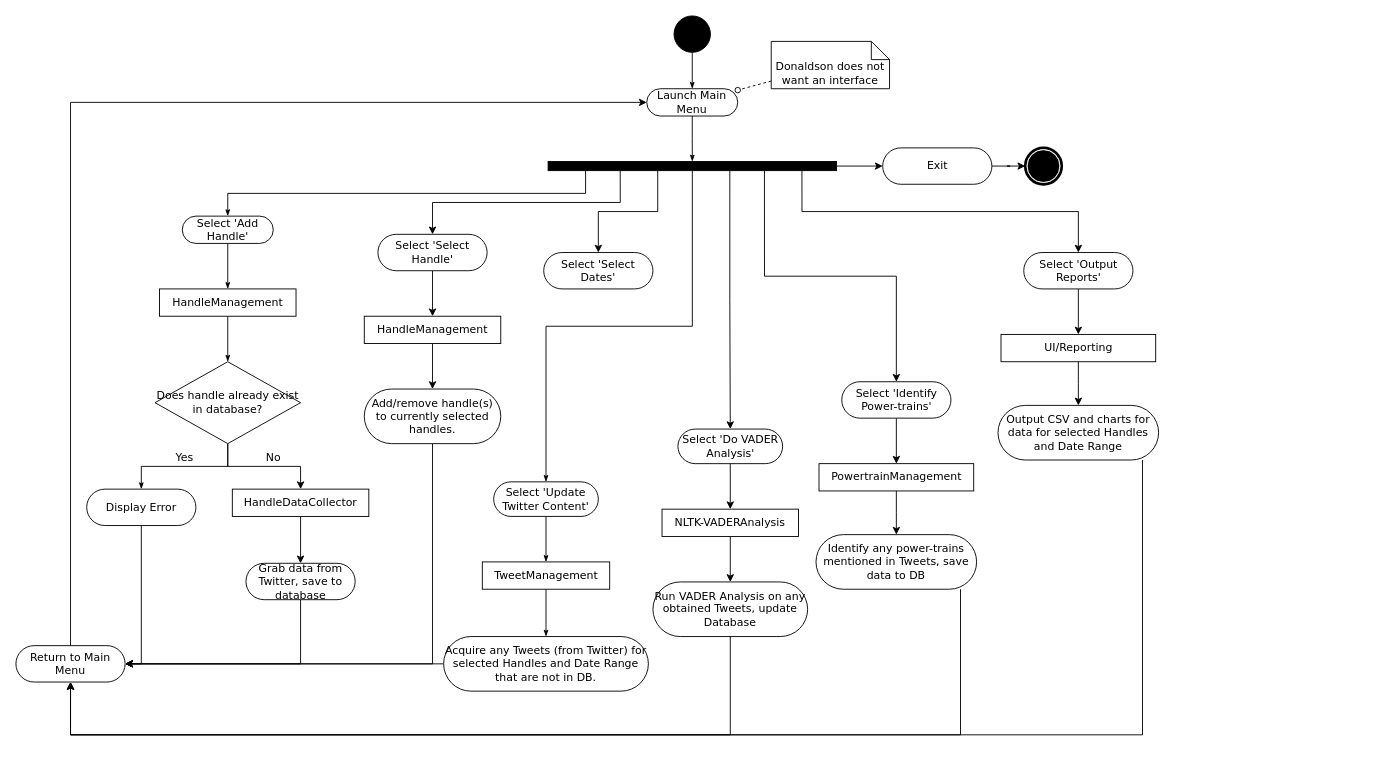
Before: uml/dynamic.drawio in agarcia169/4306-Donaldson-Project, a draw.io diagram. Source tidied: cells renumbered, new cells numbered last; positions are measured from the earlier drawing's top-left corner, leaving out a move shared by most shapes. Both pictures are drawn from the tidied source at 91%, with x=0, y=0 at pixel (15, 15).
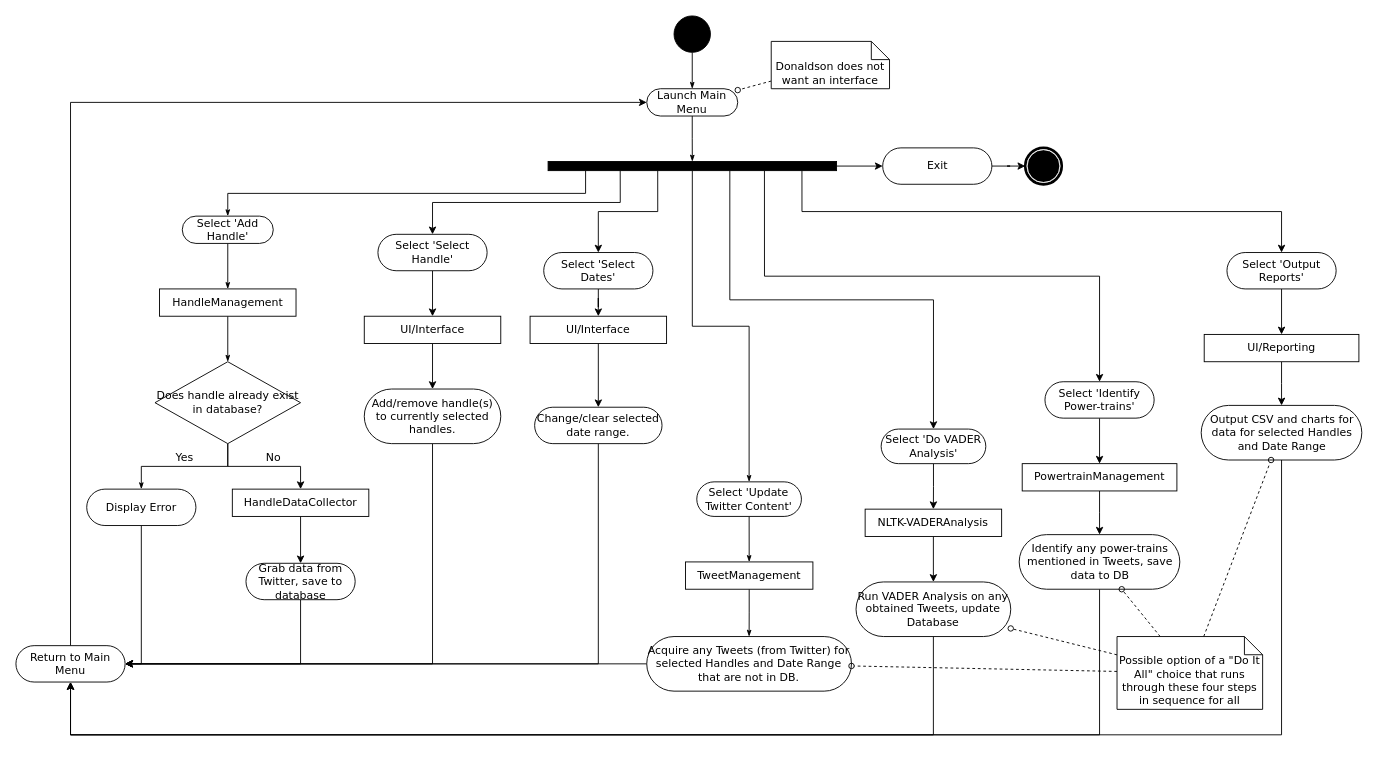
Above is the later version.

The change refers to these unchanged cells:
```xml
<mxCell id="44" value="Return to Main Menu" style="rounded=1;whiteSpace=wrap;html=1;shadow=0;comic=0;labelBackgroundColor=none;strokeWidth=1;fontFamily=Verdana;fontSize=12;align=center;arcSize=50;" parent="1" vertex="1">
  <mxGeometry y="692" width="120" height="40" as="geometry" />
</mxCell>
<mxCell id="45" value="Select 'Select Dates'" style="rounded=1;whiteSpace=wrap;html=1;shadow=0;comic=0;labelBackgroundColor=none;strokeWidth=1;fontFamily=Verdana;fontSize=12;align=center;arcSize=50;" parent="1" vertex="1">
  <mxGeometry x="580" y="260" width="120" height="40" as="geometry" />
</mxCell>
```

The edit, as a diff of the source:
```diff
@@
     <mxCell id="12" value="Select 'Update Twitter Content'" style="rounded=1;whiteSpace=wrap;html=1;shadow=0;comic=0;labelBackgroundColor=none;strokeWidth=1;fontFamily=Verdana;fontSize=12;align=center;arcSize=50;" parent="1" vertex="1">
-      <mxGeometry x="525" y="512" width="115" height="38" as="geometry" />
+      <mxGeometry x="748.2" y="512" width="115" height="38" as="geometry" />
     </mxCell>
@@
     <mxCell id="14" value="Acquire any Tweets (from Twitter) for selected Handles and Date Range that are not in DB." style="rounded=1;whiteSpace=wrap;html=1;shadow=0;comic=0;labelBackgroundColor=none;strokeWidth=1;fontFamily=Verdana;fontSize=12;align=center;arcSize=50;" parent="1" vertex="1">
-      <mxGeometry x="470" y="682" width="225" height="60" as="geometry" />
+      <mxGeometry x="693.2" y="682" width="225" height="60" as="geometry" />
     </mxCell>
@@
     <mxCell id="16" value="TweetManagement" style="rounded=0;whiteSpace=wrap;html=1;shadow=0;comic=0;labelBackgroundColor=none;strokeWidth=1;fontFamily=Verdana;fontSize=12;align=center;arcSize=50;" parent="1" vertex="1">
-      <mxGeometry x="512.5" y="600" width="140" height="30" as="geometry" />
+      <mxGeometry x="735.8" y="600" width="140" height="30" as="geometry" />
     </mxCell>
@@
-    <mxCell id="40" value="&lt;div&gt;HandleManagement&lt;/div&gt;" style="rounded=0;whiteSpace=wrap;html=1;shadow=0;comic=0;labelBackgroundColor=none;strokeWidth=1;fontFamily=Verdana;fontSize=12;align=center;arcSize=50;" parent="1" vertex="1">
+    <mxCell id="40" value="UI/Interface" style="rounded=0;whiteSpace=wrap;html=1;shadow=0;comic=0;labelBackgroundColor=none;strokeWidth=1;fontFamily=Verdana;fontSize=12;align=center;arcSize=50;" parent="1" vertex="1">
       <mxGeometry x="382.8" y="330" width="150" height="30" as="geometry" />
     </mxCell>
@@
+    <mxCell id="66" style="edgeStyle=orthogonalEdgeStyle;rounded=0;jettySize=auto;html=1;fontFamily=Verdana;fontSize=12;endArrow=classic;endFill=1;" parent="1" edge="1" source="45" target="70">
+      <mxGeometry relative="1" as="geometry" />
+    </mxCell>
@@
     <mxCell id="47" value="Run VADER Analysis on any obtained Tweets, update Database" style="rounded=1;whiteSpace=wrap;html=1;shadow=0;comic=0;labelBackgroundColor=none;strokeWidth=1;fontFamily=Verdana;fontSize=12;align=center;arcSize=50;" parent="1" vertex="1">
-      <mxGeometry x="700" y="622" width="170" height="60" as="geometry" />
+      <mxGeometry x="923.2" y="622" width="170" height="60" as="geometry" />
     </mxCell>
     <mxCell id="48" style="edgeStyle=orthogonalEdgeStyle;rounded=0;jettySize=auto;html=1;fontFamily=Verdana;fontSize=12;endArrow=classic;endFill=1;" parent="1" edge="1" source="49" target="44">
       <mxGeometry relative="1" as="geometry">
         <Array as="points">
-          <mxPoint x="1038" y="790" />
+          <mxPoint x="1191" y="790" />
           <mxPoint x="60" y="790" />
         </Array>
       </mxGeometry>
     </mxCell>
     <mxCell id="49" value="Identify any power-trains mentioned in Tweets, save data to DB" style="rounded=1;whiteSpace=wrap;html=1;shadow=0;comic=0;labelBackgroundColor=none;strokeWidth=1;fontFamily=Verdana;fontSize=12;align=center;arcSize=50;" parent="1" vertex="1">
-      <mxGeometry x="879.2" y="570" width="176.5" height="60" as="geometry" />
+      <mxGeometry x="1102.5" y="570" width="176.5" height="60" as="geometry" />
     </mxCell>
@@
     <mxCell id="51" value="&lt;div&gt;NLTK-VADERAnalysis&lt;/div&gt;" style="rounded=0;whiteSpace=wrap;html=1;shadow=0;comic=0;labelBackgroundColor=none;strokeWidth=1;fontFamily=Verdana;fontSize=12;align=center;arcSize=50;" parent="1" vertex="1">
-      <mxGeometry x="710" y="542" width="150" height="30" as="geometry" />
+      <mxGeometry x="933.2" y="542" width="150" height="30" as="geometry" />
     </mxCell>
@@
     <mxCell id="53" value="PowertrainManagement" style="rounded=0;whiteSpace=wrap;html=1;shadow=0;comic=0;labelBackgroundColor=none;strokeWidth=1;fontFamily=Verdana;fontSize=12;align=center;arcSize=50;" parent="1" vertex="1">
-      <mxGeometry x="882.5" y="492" width="170" height="30" as="geometry" />
+      <mxGeometry x="1105.8" y="492" width="170" height="30" as="geometry" />
     </mxCell>
@@
     <mxCell id="55" value="Select 'Do VADER Analysis'" style="rounded=1;whiteSpace=wrap;html=1;shadow=0;comic=0;labelBackgroundColor=none;strokeWidth=1;fontFamily=Verdana;fontSize=12;align=center;arcSize=50;" parent="1" vertex="1">
-      <mxGeometry x="727.5" y="454" width="115" height="38" as="geometry" />
+      <mxGeometry x="950.8" y="454" width="115" height="38" as="geometry" />
     </mxCell>
@@
     <mxCell id="57" value="Select 'Identify Power-trains'" style="rounded=1;whiteSpace=wrap;html=1;shadow=0;comic=0;labelBackgroundColor=none;strokeWidth=1;fontFamily=Verdana;fontSize=12;align=center;arcSize=50;fillColor=default;" parent="1" vertex="1">
-      <mxGeometry x="907.5" y="402" width="120" height="40" as="geometry" />
+      <mxGeometry x="1130.8" y="402" width="120" height="40" as="geometry" />
     </mxCell>
     <mxCell id="58" style="edgeStyle=orthogonalEdgeStyle;rounded=0;jettySize=auto;html=1;fontFamily=Verdana;fontSize=12;endArrow=classic;endFill=1;" parent="1" edge="1" source="59" target="44">
       <mxGeometry relative="1" as="geometry">
         <Array as="points">
-          <mxPoint x="1238" y="790" />
+          <mxPoint x="1391" y="790" />
           <mxPoint x="60" y="790" />
         </Array>
       </mxGeometry>
     </mxCell>
     <mxCell id="59" value="Output CSV and charts for data for selected Handles and Date Range" style="rounded=1;whiteSpace=wrap;html=1;shadow=0;comic=0;labelBackgroundColor=none;strokeWidth=1;fontFamily=Verdana;fontSize=12;align=center;arcSize=50;" parent="1" vertex="1">
-      <mxGeometry x="1079.2" y="428" width="176.5" height="60" as="geometry" />
+      <mxGeometry x="1302.5" y="428" width="176.5" height="60" as="geometry" />
     </mxCell>
@@
     <mxCell id="61" value="UI/Reporting" style="rounded=0;whiteSpace=wrap;html=1;shadow=0;comic=0;labelBackgroundColor=none;strokeWidth=1;fontFamily=Verdana;fontSize=12;align=center;arcSize=50;" parent="1" vertex="1">
-      <mxGeometry x="1082.5" y="350" width="170" height="30" as="geometry" />
+      <mxGeometry x="1305.8" y="350" width="170" height="30" as="geometry" />
     </mxCell>
@@
     <mxCell id="63" value="Select 'Output Reports'" style="rounded=1;whiteSpace=wrap;html=1;shadow=0;comic=0;labelBackgroundColor=none;strokeWidth=1;fontFamily=Verdana;fontSize=12;align=center;arcSize=50;fillColor=default;" parent="1" vertex="1">
-      <mxGeometry x="1107.5" y="260" width="120" height="40" as="geometry" />
+      <mxGeometry x="1330.8" y="260" width="120" height="40" as="geometry" />
     </mxCell>
@@
+    <mxCell id="67" style="edgeStyle=orthogonalEdgeStyle;rounded=0;jettySize=auto;html=1;fontFamily=Verdana;fontSize=12;endArrow=classic;endFill=1;" parent="1" edge="1" source="68" target="44">
+      <mxGeometry relative="1" as="geometry">
+        <Array as="points">
+          <mxPoint x="640" y="712" />
+        </Array>
+      </mxGeometry>
+    </mxCell>
+    <mxCell id="68" value="Change/clear selected date range." style="rounded=1;whiteSpace=wrap;html=1;shadow=0;comic=0;labelBackgroundColor=none;strokeWidth=1;fontFamily=Verdana;fontSize=12;align=center;arcSize=50;" parent="1" vertex="1">
+      <mxGeometry x="570" y="430" width="140" height="40" as="geometry" />
+    </mxCell>
+    <mxCell id="69" style="edgeStyle=orthogonalEdgeStyle;rounded=0;jettySize=auto;html=1;fontFamily=Verdana;fontSize=12;endArrow=classic;endFill=1;" parent="1" edge="1" source="70" target="68">
+      <mxGeometry relative="1" as="geometry" />
+    </mxCell>
+    <mxCell id="70" value="UI/Interface" style="rounded=0;whiteSpace=wrap;html=1;shadow=0;comic=0;labelBackgroundColor=none;strokeWidth=1;fontFamily=Verdana;fontSize=12;align=center;arcSize=50;" parent="1" vertex="1">
+      <mxGeometry x="565" y="330" width="150" height="30" as="geometry" />
+    </mxCell>
+    <mxCell id="71" style="rounded=0;jettySize=auto;html=1;fontFamily=Verdana;fontSize=12;endArrow=oval;endFill=0;dashed=1;" parent="1" edge="1" source="75" target="59">
+      <mxGeometry relative="1" as="geometry" />
+    </mxCell>
+    <mxCell id="72" style="edgeStyle=none;rounded=0;jettySize=auto;html=1;dashed=1;fontFamily=Verdana;fontSize=12;endArrow=oval;endFill=0;" parent="1" edge="1" source="75" target="49">
+      <mxGeometry relative="1" as="geometry" />
+    </mxCell>
+    <mxCell id="73" style="edgeStyle=none;rounded=0;jettySize=auto;html=1;dashed=1;fontFamily=Verdana;fontSize=12;endArrow=oval;endFill=0;" parent="1" edge="1" source="75" target="47">
+      <mxGeometry relative="1" as="geometry" />
+    </mxCell>
+    <mxCell id="74" style="edgeStyle=none;rounded=0;jettySize=auto;html=1;dashed=1;fontFamily=Verdana;fontSize=12;endArrow=oval;endFill=0;" parent="1" edge="1" source="75" target="14">
+      <mxGeometry relative="1" as="geometry" />
+    </mxCell>
+    <mxCell id="75" value="&lt;div&gt;Possible option of a &quot;Do It All&quot; choice that runs through these four steps in sequence for all &lt;br&gt;&lt;/div&gt;" style="shape=note;whiteSpace=wrap;html=1;rounded=0;shadow=0;comic=0;labelBackgroundColor=none;strokeWidth=1;fontFamily=Verdana;fontSize=12;align=center;size=20;labelPosition=center;verticalLabelPosition=middle;verticalAlign=bottom;" parent="1" vertex="1">
+      <mxGeometry x="1210" y="682" width="160" height="80" as="geometry" />
+    </mxCell>
```
